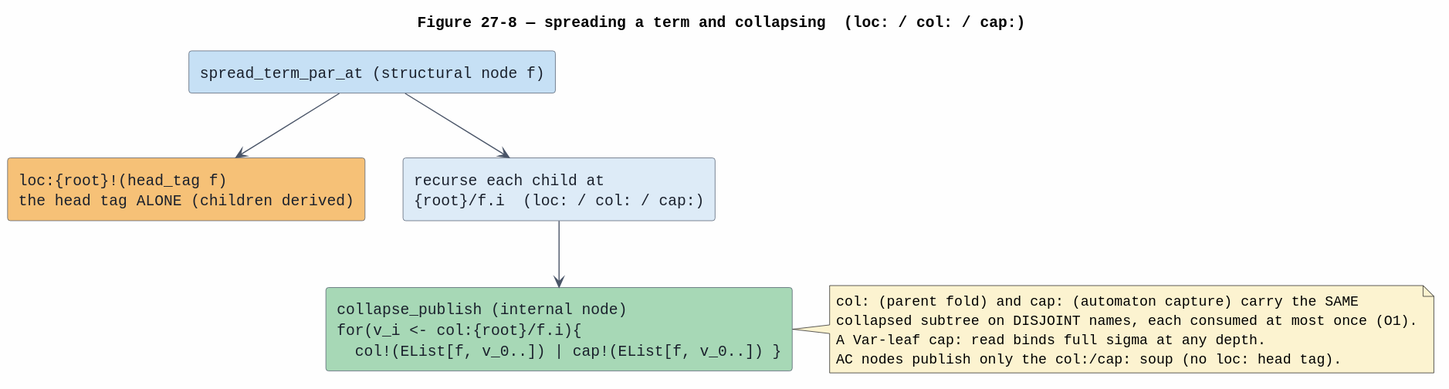
F1R3FLY-io/mettail-rust keeps this PlantUML diagram as docs/architecture/rho-native-integration/figures/27-spread-collapse.svg. Above is the earlier version. The source it was exported from:
```plantuml
@startuml
skinparam backgroundColor #FEFEFE
skinparam defaultFontName monospaced
skinparam shadowing false
skinparam rectangle {
  BorderColor #4A5568
  FontColor #1A202C
}
skinparam ArrowColor #4A5568
top to bottom direction

title Figure 27-8 — spreading a term and collapsing  (loc: / col: / cap:)

rectangle "spread_term_par_at (structural node f)" as SPREAD #C6E0F5
rectangle "loc:{root}!(head_tag f)\nthe head tag ALONE (children derived)" as LOC #F6C177
rectangle "recurse each child at\n{root}/f.i  (loc: / col: / cap:)" as CHILD #DDEBF7
rectangle "collapse_publish (internal node)\nfor(v_i <- col:{root}/f.i){\n  col!(EList[f, v_0..]) | cap!(EList[f, v_0..]) }" as COLLAPSE #A7D8B6

SPREAD --> LOC
SPREAD --> CHILD
CHILD --> COLLAPSE

note right of COLLAPSE #FCF3D0
  col: (parent fold) and cap: (automaton capture) carry the SAME
  collapsed subtree on DISJOINT names, each consumed at most once (O1).
  A Var-leaf cap: read binds full sigma at any depth.
  AC nodes publish only the col:/cap: soup (no loc: head tag).
end note
@enduml
```
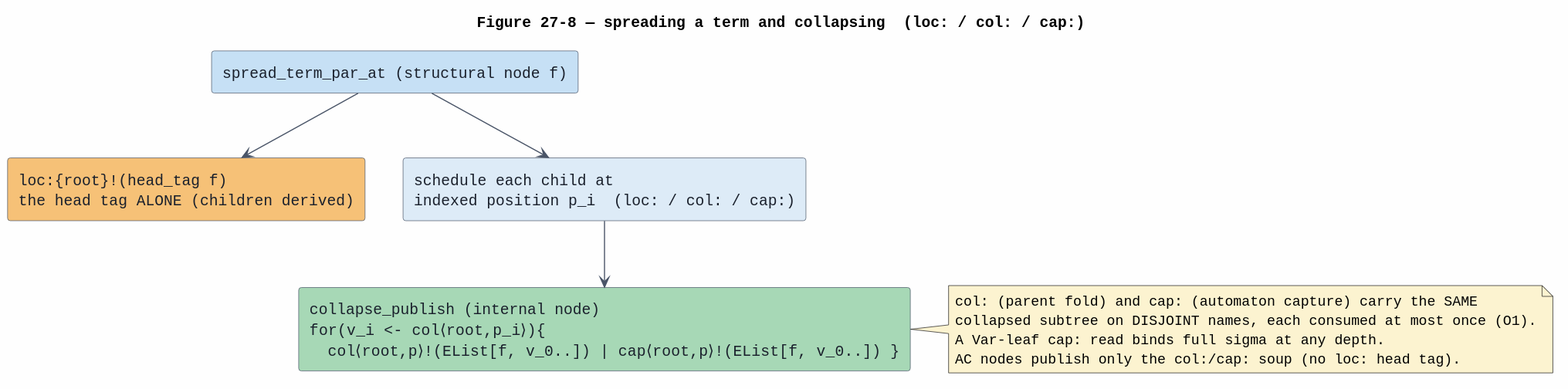
The same file after the commit.

What changed in the source:
```diff
@@ -13,8 +13,8 @@
 
 rectangle "spread_term_par_at (structural node f)" as SPREAD #C6E0F5
 rectangle "loc:{root}!(head_tag f)\nthe head tag ALONE (children derived)" as LOC #F6C177
-rectangle "recurse each child at\n{root}/f.i  (loc: / col: / cap:)" as CHILD #DDEBF7
-rectangle "collapse_publish (internal node)\nfor(v_i <- col:{root}/f.i){\n  col!(EList[f, v_0..]) | cap!(EList[f, v_0..]) }" as COLLAPSE #A7D8B6
+rectangle "schedule each child at\nindexed position p_i  (loc: / col: / cap:)" as CHILD #DDEBF7
+rectangle "collapse_publish (internal node)\nfor(v_i <- col⟨root,p_i⟩){\n  col⟨root,p⟩!(EList[f, v_0..]) | cap⟨root,p⟩!(EList[f, v_0..]) }" as COLLAPSE #A7D8B6
 
 SPREAD --> LOC
 SPREAD --> CHILD
```
